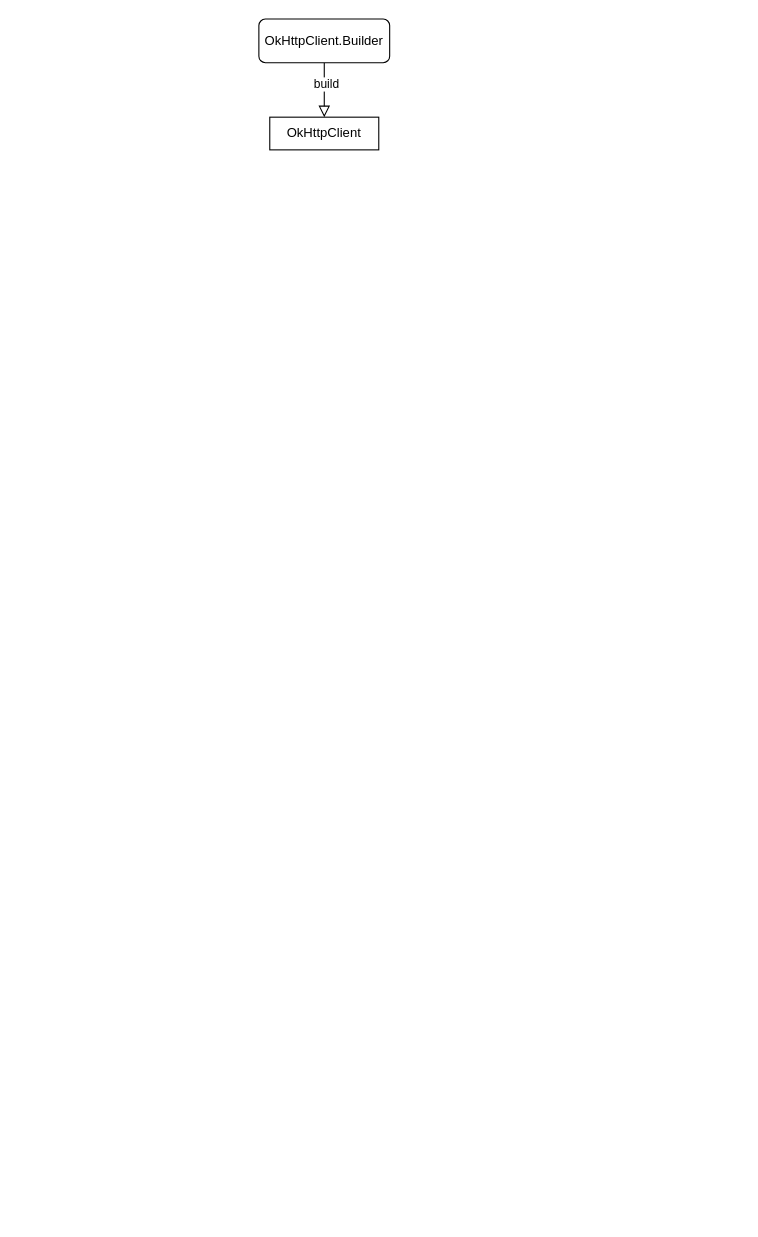
The draw.io diagram 源码分析/okhttp/OkHttp3 流程图.drawio in daishengda2018/AndroidKnowledgeSystem, before the edit. Source tidied: cells renumbered, new cells numbered last; positions are measured from the earlier drawing's top-left corner, leaving out a move shared by most shapes. Both pictures are drawn from the tidied source at 109%, with x=0, y=0 at pixel (258, 19).
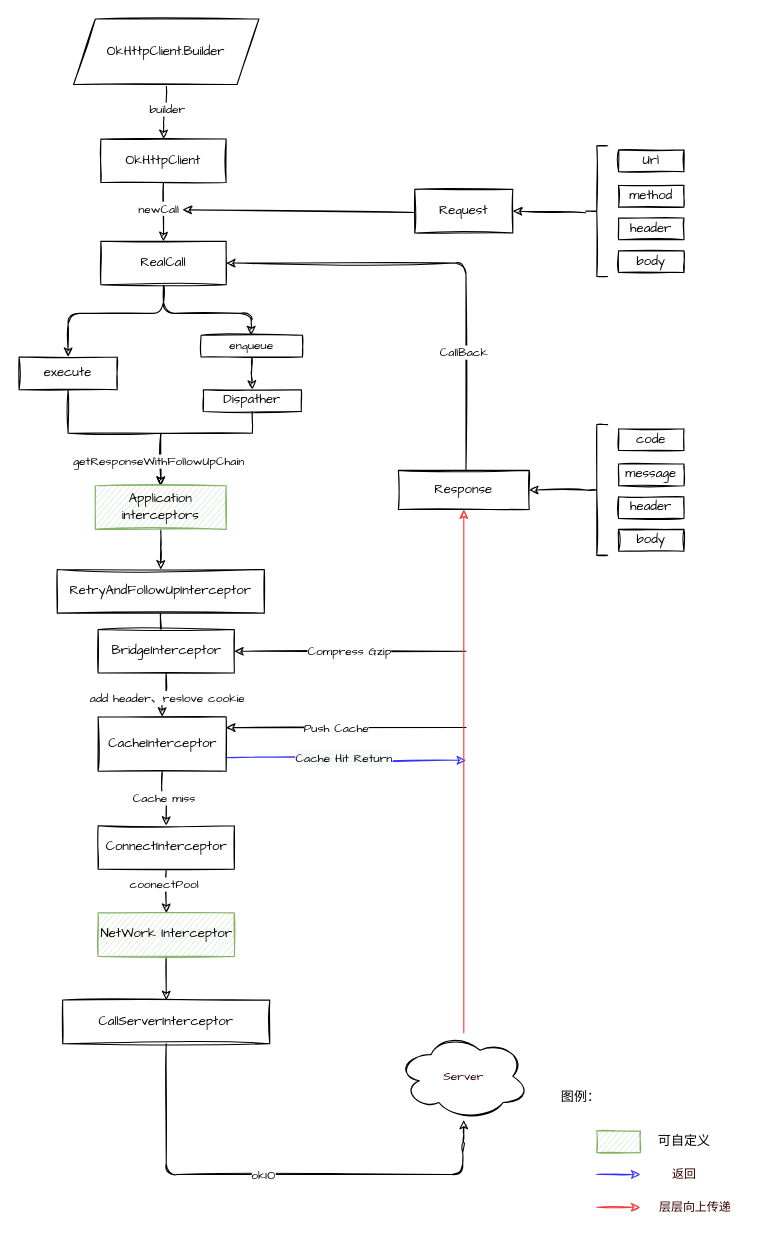
After the change.

Diff of the diagram source:
```diff
@@
-    <mxCell id="2" style="rounded=0;html=1;jettySize=auto;fontSize=11;endArrow=block;endFill=0;endSize=8;strokeWidth=1;shadow=0;labelBackgroundColor=none;edgeStyle=orthogonalEdgeStyle;" parent="1" edge="1" source="4">
-      <mxGeometry relative="1" as="geometry">
-        <mxPoint x="60" y="90" as="targetPoint" />
-      </mxGeometry>
-    </mxCell>
-    <mxCell id="3" value="build" style="edgeLabel;html=1;align=center;verticalAlign=middle;" parent="2" vertex="1">
-      <mxGeometry x="-0.24" y="1" relative="1" as="geometry" />
-    </mxCell>
+    <mxCell id="6" style="edgeStyle=orthogonalEdgeStyle;jettySize=auto;html=1;verticalAlign=middle;fontFamily=Comic Sans MS;sketch=1;" parent="1" edge="1" source="4" target="5">
+      <mxGeometry relative="1" as="geometry" />
+    </mxCell>
+    <mxCell id="7" value="builder" style="edgeLabel;html=1;align=center;verticalAlign=middle;fontFamily=Comic Sans MS;sketch=1;" parent="6" vertex="1">
+      <mxGeometry x="-0.05" y="-3" relative="1" as="geometry" />
+    </mxCell>
-    <mxCell id="4" value="OkHttpClient.Builder" style="rounded=1;whiteSpace=wrap;html=1;fontSize=12;glass=0;strokeWidth=1;shadow=0;" parent="1" vertex="1">
-      <mxGeometry width="120" height="40" as="geometry" />
+    <mxCell id="4" value="OkHttpClient.Builder" style="shape=parallelogram;perimeter=parallelogramPerimeter;whiteSpace=wrap;html=1;fixedSize=1;verticalAlign=middle;fontFamily=Comic Sans MS;sketch=1;" parent="1" vertex="1">
+      <mxGeometry x="-170" width="170" height="60" as="geometry" />
     </mxCell>
+    <mxCell id="8" style="jettySize=auto;html=1;verticalAlign=middle;fontFamily=Comic Sans MS;sketch=1;" parent="1" edge="1" source="5" target="12">
+      <mxGeometry relative="1" as="geometry" />
+    </mxCell>
+    <mxCell id="9" value="newCall" style="edgeLabel;html=1;align=center;verticalAlign=middle;fontFamily=Comic Sans MS;sketch=1;" parent="8" vertex="1">
+      <mxGeometry x="-0.14" relative="1" as="geometry">
+        <mxPoint x="-5" y="0.9" as="offset" />
+      </mxGeometry>
+    </mxCell>
-    <mxCell id="5" value="OkHttpClient" style="rounded=0;whiteSpace=wrap;html=1;" parent="1" vertex="1">
-      <mxGeometry x="10" y="90" width="100" height="30" as="geometry" />
+    <mxCell id="5" value="OkHttpClient" style="whiteSpace=wrap;html=1;verticalAlign=middle;fontFamily=Comic Sans MS;sketch=1;" parent="1" vertex="1">
+      <mxGeometry x="-145" y="110" width="115" height="40" as="geometry" />
     </mxCell>
+    <mxCell id="10" style="jettySize=auto;html=1;fontFamily=Comic Sans MS;edgeStyle=orthogonalEdgeStyle;verticalAlign=middle;sketch=1;" parent="1" edge="1" source="12" target="16">
+      <mxGeometry relative="1" as="geometry">
+        <Array as="points">
+          <mxPoint x="-87" y="270" />
+          <mxPoint x="-175" y="270" />
+        </Array>
+      </mxGeometry>
+    </mxCell>
+    <mxCell id="11" style="edgeStyle=orthogonalEdgeStyle;jettySize=auto;html=1;fontFamily=Comic Sans MS;verticalAlign=middle;sketch=1;" parent="1" edge="1" source="12" target="18">
+      <mxGeometry relative="1" as="geometry">
+        <Array as="points">
+          <mxPoint x="-87" y="270" />
+          <mxPoint x="-7" y="270" />
+        </Array>
+      </mxGeometry>
+    </mxCell>
+    <mxCell id="12" value="RealCall" style="whiteSpace=wrap;html=1;verticalAlign=middle;fontFamily=Comic Sans MS;sketch=1;" parent="1" vertex="1">
+      <mxGeometry x="-145" y="203.8" width="115" height="40" as="geometry" />
+    </mxCell>
+    <mxCell id="13" value="Request" style="whiteSpace=wrap;html=1;fontFamily=Comic Sans MS;verticalAlign=middle;sketch=1;" parent="1" vertex="1">
+      <mxGeometry x="143" y="156.2" width="90" height="40" as="geometry" />
+    </mxCell>
+    <mxCell id="14" style="endArrow=classic;html=1;fontFamily=Comic Sans MS;exitX=0;exitY=0.531;exitDx=0;exitDy=0;exitPerimeter=0;verticalAlign=middle;sketch=1;" parent="1" edge="1" source="13">
+      <mxGeometry relative="1" as="geometry">
+        <mxPoint x="-70" y="175" as="targetPoint" />
+      </mxGeometry>
+    </mxCell>
+    <mxCell id="15" style="edgeStyle=orthogonalEdgeStyle;rounded=0;jettySize=auto;html=1;exitX=0.5;exitY=1;exitDx=0;exitDy=0;fontFamily=Comic Sans MS;verticalAlign=middle;sketch=1;" parent="1" edge="1" source="16" target="23">
+      <mxGeometry relative="1" as="geometry">
+        <Array as="points">
+          <mxPoint x="-175" y="380" />
+          <mxPoint x="-90" y="380" />
+        </Array>
+      </mxGeometry>
+    </mxCell>
+    <mxCell id="16" value="execute" style="whiteSpace=wrap;html=1;verticalAlign=middle;fontFamily=Comic Sans MS;sketch=1;" parent="1" vertex="1">
+      <mxGeometry x="-220" y="310" width="90" height="30" as="geometry" />
+    </mxCell>
+    <mxCell id="17" style="edgeStyle=orthogonalEdgeStyle;jettySize=auto;html=1;fontFamily=Comic Sans MS;verticalAlign=middle;sketch=1;" parent="1" edge="1" source="18" target="21">
+      <mxGeometry relative="1" as="geometry" />
+    </mxCell>
+    <mxCell id="18" value="&lt;span style=&quot;font-size: 11px ; background-color: rgb(255 , 255 , 255)&quot;&gt;enqueue&lt;/span&gt;" style="whiteSpace=wrap;html=1;verticalAlign=middle;fontFamily=Comic Sans MS;sketch=1;" parent="1" vertex="1">
+      <mxGeometry x="-53" y="290" width="93" height="20" as="geometry" />
+    </mxCell>
+    <mxCell id="19" style="edgeStyle=orthogonalEdgeStyle;rounded=0;jettySize=auto;html=1;entryX=0.5;entryY=0;entryDx=0;entryDy=0;elbow=vertical;fontFamily=Comic Sans MS;verticalAlign=middle;sketch=1;" parent="1" edge="1" source="21" target="23">
+      <mxGeometry relative="1" as="geometry">
+        <Array as="points">
+          <mxPoint x="-6" y="380" />
+          <mxPoint x="-90" y="380" />
+        </Array>
+      </mxGeometry>
+    </mxCell>
+    <mxCell id="20" value="getResponseWithFollowUpChain" style="edgeLabel;html=1;align=center;verticalAlign=middle;fontFamily=Comic Sans MS;sketch=1;" parent="19" vertex="1">
+      <mxGeometry x="0.73" y="-1" relative="1" as="geometry">
+        <mxPoint x="-1.5" y="-2.7" as="offset" />
+      </mxGeometry>
+    </mxCell>
+    <mxCell id="21" value="Dispather" style="whiteSpace=wrap;html=1;verticalAlign=middle;fontFamily=Comic Sans MS;sketch=1;" parent="1" vertex="1">
+      <mxGeometry x="-51" y="340" width="90" height="20" as="geometry" />
+    </mxCell>
+    <mxCell id="22" style="edgeStyle=orthogonalEdgeStyle;rounded=0;jettySize=auto;html=1;entryX=0.5;entryY=0;entryDx=0;entryDy=0;fontFamily=Comic Sans MS;verticalAlign=middle;sketch=1;" parent="1" edge="1" source="23" target="31">
+      <mxGeometry relative="1" as="geometry" />
+    </mxCell>
+    <mxCell id="23" value="Application interceptors" style="whiteSpace=wrap;html=1;verticalAlign=middle;fontFamily=Comic Sans MS;fillColor=#d5e8d4;strokeColor=#82b366;sketch=1;" parent="1" vertex="1">
+      <mxGeometry x="-150" y="428.2" width="120" height="40" as="geometry" />
+    </mxCell>
+    <mxCell id="24" value="Url" style="whiteSpace=wrap;html=1;fontFamily=Comic Sans MS;verticalAlign=middle;sketch=1;" parent="1" vertex="1">
+      <mxGeometry x="330" y="120" width="60" height="20" as="geometry" />
+    </mxCell>
+    <mxCell id="25" value="method" style="whiteSpace=wrap;html=1;fontFamily=Comic Sans MS;verticalAlign=middle;sketch=1;" parent="1" vertex="1">
+      <mxGeometry x="330" y="152.5" width="60" height="20" as="geometry" />
+    </mxCell>
+    <mxCell id="26" value="header" style="whiteSpace=wrap;html=1;fontFamily=Comic Sans MS;verticalAlign=middle;sketch=1;" parent="1" vertex="1">
+      <mxGeometry x="330" y="182.5" width="60" height="20" as="geometry" />
+    </mxCell>
+    <mxCell id="27" value="body" style="whiteSpace=wrap;html=1;fontFamily=Comic Sans MS;verticalAlign=middle;sketch=1;" parent="1" vertex="1">
+      <mxGeometry x="330" y="212.5" width="60" height="20" as="geometry" />
+    </mxCell>
+    <mxCell id="28" style="endArrow=classic;html=1;fontFamily=Comic Sans MS;entryX=1;entryY=0.5;entryDx=0;entryDy=0;exitX=-0.012;exitY=0.512;exitDx=0;exitDy=0;exitPerimeter=0;verticalAlign=middle;sketch=1;" parent="1" edge="1" source="29" target="13">
+      <mxGeometry relative="1" as="geometry" />
+    </mxCell>
+    <mxCell id="29" style="shape=curlyBracket;whiteSpace=wrap;html=1;fontFamily=Comic Sans MS;verticalAlign=middle;sketch=1;" parent="1" vertex="1">
+      <mxGeometry x="300" y="116.2" width="20" height="120" as="geometry" />
+    </mxCell>
+    <mxCell id="30" style="edgeStyle=orthogonalEdgeStyle;rounded=0;jettySize=auto;html=1;fontFamily=Comic Sans MS;verticalAlign=middle;sketch=1;" parent="1" edge="1" source="31" target="34">
+      <mxGeometry relative="1" as="geometry" />
+    </mxCell>
+    <mxCell id="31" value="RetryAndFollowUpInterceptor" style="whiteSpace=wrap;html=1;verticalAlign=middle;fontFamily=Comic Sans MS;sketch=1;" parent="1" vertex="1">
+      <mxGeometry x="-185" y="505" width="190" height="40" as="geometry" />
+    </mxCell>
+    <mxCell id="32" style="edgeStyle=orthogonalEdgeStyle;rounded=0;jettySize=auto;html=1;fontFamily=Comic Sans MS;verticalAlign=middle;sketch=1;" parent="1" edge="1" source="34" target="42">
+      <mxGeometry relative="1" as="geometry" />
+    </mxCell>
+    <mxCell id="33" value="add header、reslove cookie" style="edgeLabel;html=1;align=center;verticalAlign=middle;fontFamily=Comic Sans MS;sketch=1;" parent="32" vertex="1">
+      <mxGeometry x="-0.47" y="-1" relative="1" as="geometry">
+        <mxPoint x="1" y="10.6" as="offset" />
+      </mxGeometry>
+    </mxCell>
+    <mxCell id="34" value="BridgeInterceptor" style="whiteSpace=wrap;html=1;verticalAlign=middle;fontFamily=Comic Sans MS;sketch=1;" parent="1" vertex="1">
+      <mxGeometry x="-147.5" y="560" width="125" height="40" as="geometry" />
+    </mxCell>
+    <mxCell id="35" style="edgeStyle=orthogonalEdgeStyle;rounded=0;jettySize=auto;html=1;fontFamily=Comic Sans MS;verticalAlign=middle;sketch=1;" parent="1" edge="1" source="42" target="45">
+      <mxGeometry relative="1" as="geometry" />
+    </mxCell>
+    <mxCell id="36" value="Cache miss" style="edgeLabel;html=1;align=center;verticalAlign=middle;fontFamily=Comic Sans MS;sketch=1;" parent="35" vertex="1">
+      <mxGeometry x="0.28" y="-2" relative="1" as="geometry">
+        <mxPoint x="-0.5" y="-5.7" as="offset" />
+      </mxGeometry>
+    </mxCell>
+    <mxCell id="37" style="edgeStyle=orthogonalEdgeStyle;rounded=1;jettySize=auto;html=1;startArrow=classic;startFill=1;endArrow=none;endFill=0;fontFamily=Comic Sans MS;fontSize=11;sketch=1;" parent="1" edge="1" source="42">
+      <mxGeometry relative="1" as="geometry">
+        <mxPoint x="190" y="650" as="targetPoint" />
+        <Array as="points">
+          <mxPoint x="190" y="650" />
+        </Array>
+      </mxGeometry>
+    </mxCell>
+    <mxCell id="38" value="Push Cache" style="edgeLabel;html=1;align=center;verticalAlign=middle;fontSize=11;fontFamily=Comic Sans MS;sketch=1;" parent="37" vertex="1">
+      <mxGeometry x="-0.09" relative="1" as="geometry" />
+    </mxCell>
+    <mxCell id="39" style="edgeStyle=orthogonalEdgeStyle;rounded=1;jettySize=auto;html=1;exitX=1;exitY=0.75;exitDx=0;exitDy=0;startArrow=none;startFill=0;endArrow=classic;endFill=1;fontFamily=Comic Sans MS;fontSize=11;sketch=1;strokeColor=#3333FF;" parent="1" edge="1" source="42">
+      <mxGeometry relative="1" as="geometry">
+        <mxPoint x="190" y="680" as="targetPoint" />
+      </mxGeometry>
+    </mxCell>
+    <mxCell id="40" style="edgeLabel;html=1;align=center;verticalAlign=middle;fontSize=11;fontFamily=Comic Sans MS;sketch=1;" parent="39" vertex="1">
+      <mxGeometry x="-0.06" y="3" relative="1" as="geometry" />
+    </mxCell>
+    <mxCell id="41" value="&lt;span style=&quot;background-color: rgb(248 , 249 , 250)&quot;&gt;Cache Hit Return&lt;/span&gt;" style="edgeLabel;html=1;align=center;verticalAlign=middle;fontSize=11;fontFamily=Comic Sans MS;sketch=1;" parent="39" vertex="1">
+      <mxGeometry x="-0.1" y="4" relative="1" as="geometry">
+        <mxPoint x="7.5" y="4" as="offset" />
+      </mxGeometry>
+    </mxCell>
+    <mxCell id="42" value="CacheInterceptor" style="whiteSpace=wrap;html=1;verticalAlign=middle;fontFamily=Comic Sans MS;sketch=1;" parent="1" vertex="1">
+      <mxGeometry x="-147.5" y="640" width="117.5" height="50" as="geometry" />
+    </mxCell>
+    <mxCell id="43" style="edgeStyle=orthogonalEdgeStyle;rounded=0;jettySize=auto;html=1;entryX=0.5;entryY=0;entryDx=0;entryDy=0;fontFamily=Comic Sans MS;verticalAlign=middle;sketch=1;" parent="1" edge="1" source="45" target="47">
+      <mxGeometry relative="1" as="geometry" />
+    </mxCell>
+    <mxCell id="44" value="coonectPool" style="edgeLabel;html=1;align=center;verticalAlign=middle;fontFamily=Comic Sans MS;sketch=1;" parent="43" vertex="1">
+      <mxGeometry x="0.22" y="-2" relative="1" as="geometry">
+        <mxPoint x="-0.5" y="-10.5" as="offset" />
+      </mxGeometry>
+    </mxCell>
+    <mxCell id="45" value="ConnectInterceptor" style="whiteSpace=wrap;html=1;verticalAlign=middle;fontFamily=Comic Sans MS;sketch=1;" parent="1" vertex="1">
+      <mxGeometry x="-147.5" y="740" width="125" height="40" as="geometry" />
+    </mxCell>
+    <mxCell id="46" style="edgeStyle=orthogonalEdgeStyle;rounded=0;jettySize=auto;html=1;fontFamily=Comic Sans MS;verticalAlign=middle;sketch=1;" parent="1" edge="1" source="47" target="48">
+      <mxGeometry relative="1" as="geometry" />
+    </mxCell>
+    <mxCell id="47" value="NetWork Interceptor" style="whiteSpace=wrap;html=1;verticalAlign=middle;fontFamily=Comic Sans MS;fillColor=#d5e8d4;strokeColor=#82b366;sketch=1;" parent="1" vertex="1">
+      <mxGeometry x="-147.5" y="820" width="125" height="40" as="geometry" />
+    </mxCell>
+    <mxCell id="48" value="CallServerInterceptor" style="whiteSpace=wrap;html=1;verticalAlign=middle;fontFamily=Comic Sans MS;sketch=1;" parent="1" vertex="1">
+      <mxGeometry x="-180" y="900" width="190" height="40" as="geometry" />
+    </mxCell>
+    <mxCell id="49" style="edgeStyle=orthogonalEdgeStyle;rounded=1;jettySize=auto;html=1;entryX=1;entryY=0.5;entryDx=0;entryDy=0;startArrow=none;startFill=0;endArrow=classic;endFill=1;fontFamily=Comic Sans MS;fontSize=11;sketch=1;" parent="1" edge="1" source="51" target="12">
+      <mxGeometry relative="1" as="geometry">
+        <Array as="points">
+          <mxPoint x="190" y="224" />
+        </Array>
+      </mxGeometry>
+    </mxCell>
+    <mxCell id="50" value="CallBack" style="edgeLabel;html=1;align=center;verticalAlign=middle;fontSize=11;fontFamily=Comic Sans MS;sketch=1;" parent="49" vertex="1">
+      <mxGeometry x="-0.47" y="3" relative="1" as="geometry" />
+    </mxCell>
+    <mxCell id="51" value="Response" style="rounded=0;whiteSpace=wrap;html=1;fontFamily=Comic Sans MS;verticalAlign=middle;glass=0;sketch=1;" parent="1" vertex="1">
+      <mxGeometry x="128" y="414" width="120" height="36" as="geometry" />
+    </mxCell>
+    <mxCell id="52" style="endArrow=none;html=1;exitX=1;exitY=0.5;exitDx=0;exitDy=0;startArrow=classic;startFill=1;fontFamily=Comic Sans MS;verticalAlign=middle;endFill=0;sketch=1;" parent="1" edge="1" source="34">
+      <mxGeometry relative="1" as="geometry">
+        <mxPoint x="190" y="580" as="targetPoint" />
+      </mxGeometry>
+    </mxCell>
+    <mxCell id="53" value="Compress Gzip" style="edgeLabel;html=1;align=center;verticalAlign=middle;fontFamily=Comic Sans MS;sketch=1;" parent="52" vertex="1">
+      <mxGeometry x="-0.12" y="-2" relative="1" as="geometry">
+        <mxPoint x="11.4" y="-2.2" as="offset" />
+      </mxGeometry>
+    </mxCell>
+    <mxCell id="54" style="edgeStyle=orthogonalEdgeStyle;rounded=1;jettySize=auto;html=1;startArrow=none;startFill=0;fontFamily=Comic Sans MS;verticalAlign=middle;sketch=1;" parent="1" edge="1" source="55" target="51">
+      <mxGeometry relative="1" as="geometry" />
+    </mxCell>
+    <mxCell id="55" style="shape=curlyBracket;whiteSpace=wrap;html=1;fontFamily=Comic Sans MS;verticalAlign=middle;sketch=1;" parent="1" vertex="1">
+      <mxGeometry x="300" y="372" width="20" height="120" as="geometry" />
+    </mxCell>
+    <mxCell id="56" value="code" style="whiteSpace=wrap;html=1;fontFamily=Comic Sans MS;verticalAlign=middle;sketch=1;" parent="1" vertex="1">
+      <mxGeometry x="330" y="375.8" width="60" height="20" as="geometry" />
+    </mxCell>
+    <mxCell id="57" value="message" style="whiteSpace=wrap;html=1;fontFamily=Comic Sans MS;verticalAlign=middle;sketch=1;" parent="1" vertex="1">
+      <mxGeometry x="330" y="408.2" width="60" height="20" as="geometry" />
+    </mxCell>
+    <mxCell id="58" value="header" style="whiteSpace=wrap;html=1;fontFamily=Comic Sans MS;verticalAlign=middle;sketch=1;" parent="1" vertex="1">
+      <mxGeometry x="330" y="438.2" width="60" height="20" as="geometry" />
+    </mxCell>
+    <mxCell id="59" value="body" style="whiteSpace=wrap;html=1;fontFamily=Comic Sans MS;verticalAlign=middle;sketch=1;" parent="1" vertex="1">
+      <mxGeometry x="330" y="468.2" width="60" height="20" as="geometry" />
+    </mxCell>
+    <mxCell id="60" style="rounded=0;whiteSpace=wrap;html=1;glass=0;fillColor=#d5e8d4;fontFamily=Comic Sans MS;strokeColor=#82b366;sketch=1;" parent="1" vertex="1">
+      <mxGeometry x="310" y="1020" width="40" height="20" as="geometry" />
+    </mxCell>
+    <mxCell id="61" value="图例：" style="text;html=1;align=center;verticalAlign=middle;fontFamily=Comic Sans MS;sketch=1;" parent="1" vertex="1">
+      <mxGeometry x="270" y="980" width="50" height="20" as="geometry" />
+    </mxCell>
+    <mxCell id="62" value="可自定义" style="text;html=1;align=center;verticalAlign=middle;fontFamily=Comic Sans MS;sketch=1;" parent="1" vertex="1">
+      <mxGeometry x="360" y="1020" width="60" height="20" as="geometry" />
+    </mxCell>
+    <mxCell id="63" style="endArrow=classic;html=1;fontFamily=Comic Sans MS;fontSize=11;entryX=0.5;entryY=1;entryDx=0;entryDy=0;strokeColor=#FF3333;sketch=1;exitX=0.5;exitY=0;exitDx=0;exitDy=0;exitPerimeter=0;" parent="1" edge="1" target="51">
+      <mxGeometry relative="1" as="geometry">
+        <mxPoint x="188" y="930" as="sourcePoint" />
+      </mxGeometry>
+    </mxCell>
+    <mxCell id="64" style="endArrow=classic;html=1;fontFamily=Comic Sans MS;fontSize=11;exitX=0.5;exitY=1;exitDx=0;exitDy=0;edgeStyle=orthogonalEdgeStyle;entryX=0.5;entryY=1;entryDx=0;entryDy=0;sketch=1;entryPerimeter=0;" parent="1" edge="1" source="48">
+      <mxGeometry relative="1" as="geometry">
+        <mxPoint x="188" y="1010" as="targetPoint" />
+        <Array as="points">
+          <mxPoint x="-85" y="1060" />
+          <mxPoint x="187" y="1060" />
+          <mxPoint x="187" y="1030" />
+          <mxPoint x="188" y="1030" />
+        </Array>
+      </mxGeometry>
+    </mxCell>
+    <mxCell id="65" value="okIO" style="edgeLabel;html=1;align=center;verticalAlign=middle;fontSize=11;fontFamily=Comic Sans MS;sketch=1;" parent="64" vertex="1">
+      <mxGeometry x="0.37" y="1" relative="1" as="geometry">
+        <mxPoint x="-94.3" y="1" as="offset" />
+      </mxGeometry>
+    </mxCell>
+    <mxCell id="66" style="endArrow=classic;html=1;fontFamily=Comic Sans MS;fontSize=11;fontColor=#FF0000;sketch=1;strokeColor=#3333FF;" parent="1" edge="1">
+      <mxGeometry relative="1" as="geometry">
+        <mxPoint x="310" y="1060" as="sourcePoint" />
+        <mxPoint x="350" y="1060" as="targetPoint" />
+      </mxGeometry>
+    </mxCell>
+    <mxCell id="67" value="返回" style="text;html=1;align=center;verticalAlign=middle;fontSize=11;fontFamily=Comic Sans MS;fontColor=#330000;sketch=1;" parent="1" vertex="1">
+      <mxGeometry x="370" y="1050" width="40" height="20" as="geometry" />
+    </mxCell>
+    <mxCell id="68" value="&lt;span&gt;Server&lt;/span&gt;" style="ellipse;shape=cloud;whiteSpace=wrap;html=1;rounded=0;glass=0;sketch=1;fillColor=#ffffff;fontFamily=Comic Sans MS;fontSize=11;fontColor=#330000;" parent="1" vertex="1">
+      <mxGeometry x="128" y="930" width="120" height="80" as="geometry" />
+    </mxCell>
+    <mxCell id="69" style="endArrow=classic;html=1;strokeColor=#FF3333;fontFamily=Comic Sans MS;fontSize=11;fontColor=#FF0000;sketch=1;" parent="1" edge="1">
+      <mxGeometry relative="1" as="geometry">
+        <mxPoint x="310" y="1090" as="sourcePoint" />
+        <mxPoint x="350" y="1090" as="targetPoint" />
+      </mxGeometry>
+    </mxCell>
+    <mxCell id="70" value="层层向上传递" style="text;html=1;align=center;verticalAlign=middle;fontSize=11;fontFamily=Comic Sans MS;fontColor=#330000;" parent="1" vertex="1">
+      <mxGeometry x="360" y="1080" width="80" height="20" as="geometry" />
+    </mxCell>
```
